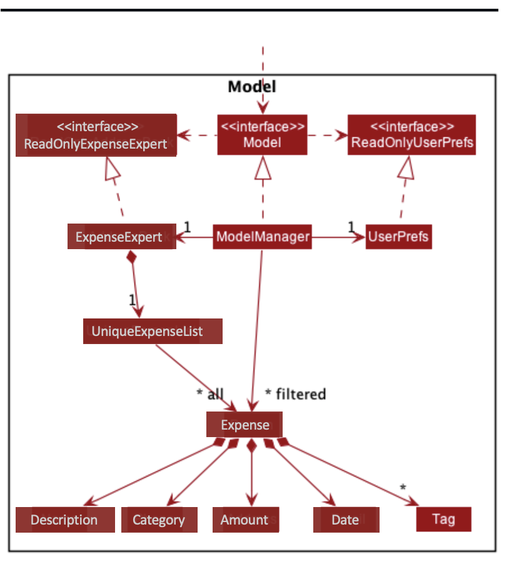
The PlantUML diagram docs/images/ModelClassDiagram.png in riakhaitan/tp, before a commit. Its source is kept beside it as docs/diagrams/ModelClassDiagram.puml. Its diagram source:
```plantuml
@startuml
!include style.puml
skinparam arrowThickness 1.1
skinparam arrowColor MODEL_COLOR
skinparam classBackgroundColor MODEL_COLOR

Package Model <<Rectangle>>{
Class "<<interface>>\nReadOnlyExpenseExpert" as ReadOnlyExpenseExpert
Class "<<interface>>\nReadOnlyUserPrefs" as ReadOnlyUserPrefs
Class "<<interface>>\nModel" as Model
Class ExpenseExpert
Class ModelManager
Class UserPrefs

Class UniqueExpenseList
Class Expense
Class Description
Class ExpenseCategory
Class Amount

}

Class HiddenOutside #FFFFFF
HiddenOutside ..> Model

ExpenseExpert .up.|> ReadOnlyExpenseExpert

ModelManager .up.|> Model
Model .right.> ReadOnlyUserPrefs
Model .left.> ReadOnlyExpenseExpert
ModelManager -left-> "1" ExpenseExpert
ModelManager -right-> "1" UserPrefs
UserPrefs .up.|> ReadOnlyUserPrefs

ExpenseExpert *--> "1" UniqueExpenseList
UniqueExpenseList --> "~* all" Expense
Expense *--> Description
Expense *--> ExpenseCategory
Expense *--> Amount

Expense -[hidden]right-> Description
ExpenseCategory -[hidden]right-> Amount

ModelManager -->"~* filtered" Expense
@enduml
```
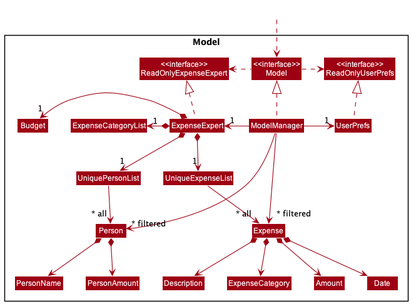
Later version of the same file.

The edit, as a diff of the source:
```diff
@@ -12,12 +12,20 @@
 Class ModelManager
 Class UserPrefs
 
+Class UniquePersonList
+Class Person
+Class PersonName
+Class PersonAmount
+
 Class UniqueExpenseList
 Class Expense
 Class Description
 Class ExpenseCategory
 Class Amount
+Class Date
 
+Class ExpenseCategoryList
+Class Budget
 }
 
 Class HiddenOutside #FFFFFF
@@ -33,13 +41,18 @@
 UserPrefs .up.|> ReadOnlyUserPrefs
 
 ExpenseExpert *--> "1" UniqueExpenseList
+ExpenseExpert *--> "1" UniquePersonList
+ExpenseExpert *-left-> "1" ExpenseCategoryList
+ExpenseExpert *-left-> "1" Budget
 UniqueExpenseList --> "~* all" Expense
+UniquePersonList --> "~* all" Person
+Person *--> PersonName
+Person *--> PersonAmount
 Expense *--> Description
 Expense *--> ExpenseCategory
 Expense *--> Amount
-
-Expense -[hidden]right-> Description
-ExpenseCategory -[hidden]right-> Amount
+Expense *--> Date
 
 ModelManager -->"~* filtered" Expense
+ModelManager -->"~* filtered" Person
 @enduml
```
